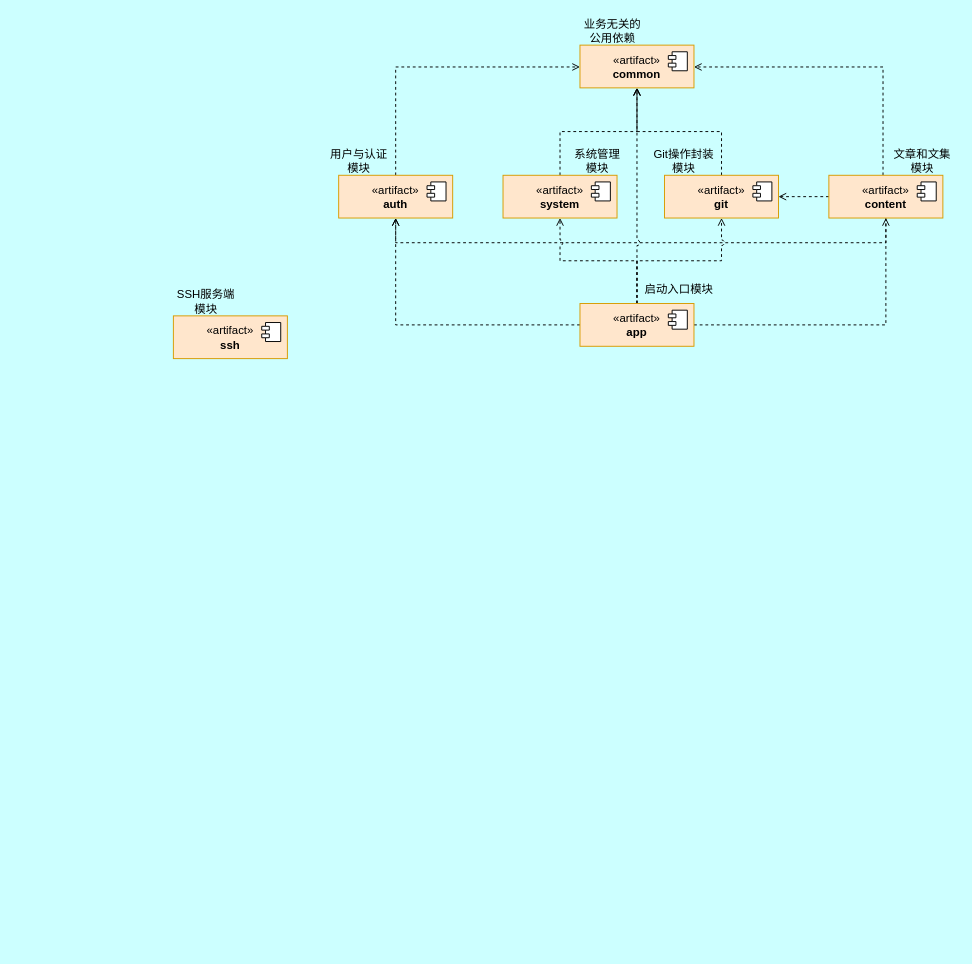
Above: docs/diagram/后端模块组件图.drawio in swsk33/git-document (draw.io), before the change. Source tidied: cells renumbered, new cells numbered last; positions are measured from the earlier drawing's top-left corner, leaving out a move shared by most shapes. Both pictures are drawn from the tidied source at 95%, with x=0, y=0 at pixel (173, 16).
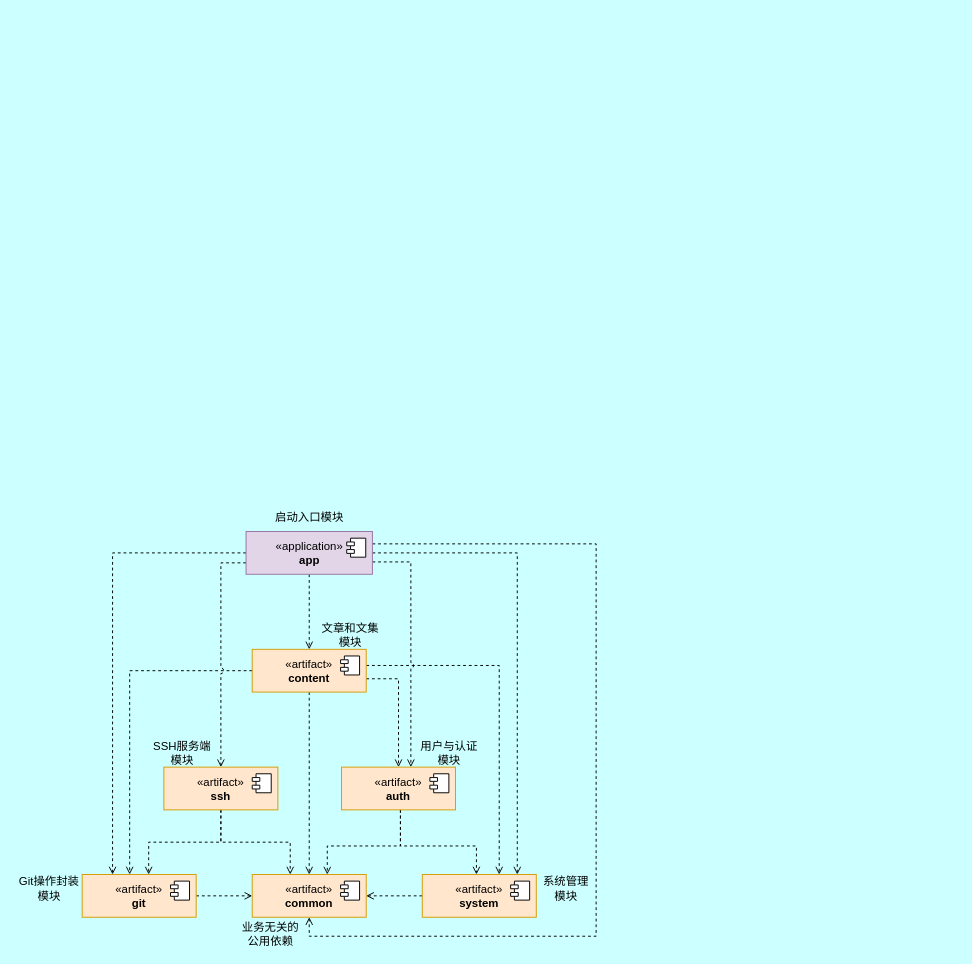
The same diagram, later.

The edit, as a diff of the source:
```diff
@@
-    <mxCell id="2" style="edgeStyle=orthogonalEdgeStyle;shape=connector;rounded=0;jettySize=auto;html=1;dashed=1;strokeColor=default;align=center;verticalAlign=middle;fontFamily=Helvetica;fontSize=11;fontColor=default;labelBackgroundColor=default;endArrow=open;endFill=0;" parent="1" edge="1" source="5" target="13">
-      <mxGeometry relative="1" as="geometry">
-        <Array as="points">
-          <mxPoint x="747" y="53" />
-        </Array>
-      </mxGeometry>
-    </mxCell>
     <mxCell id="3" style="edgeStyle=orthogonalEdgeStyle;shape=connector;rounded=0;jettySize=auto;html=1;dashed=1;strokeColor=default;align=center;verticalAlign=middle;fontFamily=Helvetica;fontSize=11;fontColor=default;labelBackgroundColor=default;endArrow=open;endFill=0;" parent="1" edge="1" source="5" target="11">
-      <mxGeometry relative="1" as="geometry" />
+      <mxGeometry relative="1" as="geometry">
+        <Array as="points">
+          <mxPoint x="-46" y="689" />
+        </Array>
+      </mxGeometry>
     </mxCell>
-    <mxCell id="4" style="edgeStyle=orthogonalEdgeStyle;shape=connector;rounded=0;jettySize=auto;html=1;dashed=1;strokeColor=default;align=center;verticalAlign=middle;fontFamily=Helvetica;fontSize=11;fontColor=default;labelBackgroundColor=default;endArrow=open;endFill=0;" parent="1" edge="1" source="5" target="8">
+    <mxCell id="4" style="edgeStyle=orthogonalEdgeStyle;shape=connector;rounded=0;jumpStyle=arc;jettySize=auto;html=1;dashed=1;strokeColor=default;align=center;verticalAlign=middle;fontFamily=Helvetica;fontSize=11;fontColor=default;labelBackgroundColor=default;endArrow=open;endFill=0;" parent="1" edge="1" source="5" target="8">
       <mxGeometry relative="1" as="geometry">
         <Array as="points">
-          <mxPoint x="750" y="238" />
-          <mxPoint x="234" y="238" />
+          <mxPoint x="237" y="697" />
         </Array>
       </mxGeometry>
     </mxCell>
+    <mxCell id="2" style="edgeStyle=orthogonalEdgeStyle;shape=connector;rounded=0;jumpStyle=arc;jettySize=auto;html=1;dashed=1;strokeColor=default;align=center;verticalAlign=middle;fontFamily=Helvetica;fontSize=11;fontColor=default;labelBackgroundColor=default;endArrow=open;endFill=0;" parent="1" edge="1" source="5" target="13">
+      <mxGeometry relative="1" as="geometry">
+        <Array as="points">
+          <mxPoint x="143" y="739" />
+          <mxPoint x="143" y="739" />
+        </Array>
+      </mxGeometry>
+    </mxCell>
+    <mxCell id="34" style="edgeStyle=orthogonalEdgeStyle;shape=connector;rounded=0;jumpStyle=arc;jettySize=auto;html=1;dashed=1;strokeColor=default;align=center;verticalAlign=middle;fontFamily=Helvetica;fontSize=11;fontColor=default;labelBackgroundColor=default;endArrow=open;endFill=0;" parent="1" edge="1" source="5" target="23">
+      <mxGeometry relative="1" as="geometry">
+        <Array as="points">
+          <mxPoint x="343" y="683" />
+        </Array>
+      </mxGeometry>
+    </mxCell>
     <mxCell id="5" value="«artifact»&lt;br&gt;&lt;b&gt;content&lt;/b&gt;" style="html=1;whiteSpace=wrap;fillColor=#ffe6cc;strokeColor=#d79b00;" parent="1" vertex="1">
-      <mxGeometry x="690" y="167" width="120" height="45" as="geometry" />
+      <mxGeometry x="83" y="666" width="120" height="45" as="geometry" />
     </mxCell>
@@
-    <mxCell id="7" style="edgeStyle=orthogonalEdgeStyle;shape=connector;rounded=0;jettySize=auto;html=1;dashed=1;strokeColor=default;align=center;verticalAlign=middle;fontFamily=Helvetica;fontSize=11;fontColor=default;labelBackgroundColor=default;endArrow=open;endFill=0;" parent="1" edge="1" source="8" target="13">
+    <mxCell id="7" style="edgeStyle=orthogonalEdgeStyle;shape=connector;rounded=0;jumpStyle=arc;jettySize=auto;html=1;dashed=1;strokeColor=default;align=center;verticalAlign=middle;fontFamily=Helvetica;fontSize=11;fontColor=default;labelBackgroundColor=default;endArrow=open;endFill=0;" parent="1" edge="1" source="8" target="13">
       <mxGeometry relative="1" as="geometry">
         <Array as="points">
-          <mxPoint x="234" y="53" />
+          <mxPoint x="239" y="873" />
+          <mxPoint x="162" y="873" />
         </Array>
       </mxGeometry>
     </mxCell>
+    <mxCell id="35" style="edgeStyle=orthogonalEdgeStyle;shape=connector;rounded=0;jumpStyle=arc;jettySize=auto;html=1;dashed=1;strokeColor=default;align=center;verticalAlign=middle;fontFamily=Helvetica;fontSize=11;fontColor=default;labelBackgroundColor=default;endArrow=open;endFill=0;" parent="1" edge="1" source="8" target="23">
+      <mxGeometry relative="1" as="geometry">
+        <Array as="points">
+          <mxPoint x="239" y="873" />
+          <mxPoint x="319" y="873" />
+        </Array>
+      </mxGeometry>
+    </mxCell>
     <mxCell id="8" value="«artifact»&lt;br&gt;&lt;b&gt;auth&lt;/b&gt;" style="html=1;whiteSpace=wrap;fillColor=#ffe6cc;strokeColor=#d79b00;" parent="1" vertex="1">
-      <mxGeometry x="174" y="167" width="120" height="45" as="geometry" />
+      <mxGeometry x="177" y="790" width="120" height="45" as="geometry" />
     </mxCell>
@@
-    <mxCell id="10" style="edgeStyle=orthogonalEdgeStyle;rounded=0;jettySize=auto;html=1;endArrow=open;endFill=0;dashed=1;" parent="1" edge="1" source="11" target="13">
-      <mxGeometry relative="1" as="geometry" />
+    <mxCell id="10" style="edgeStyle=orthogonalEdgeStyle;shape=connector;rounded=0;jumpStyle=arc;jettySize=auto;html=1;dashed=1;strokeColor=default;align=center;verticalAlign=middle;fontFamily=Helvetica;fontSize=11;fontColor=default;labelBackgroundColor=default;endArrow=open;endFill=0;" parent="1" edge="1" source="11" target="13">
+      <mxGeometry relative="1" as="geometry">
+        <Array as="points">
+          <mxPoint x="-12" y="926" />
+        </Array>
+      </mxGeometry>
     </mxCell>
     <mxCell id="11" value="«artifact»&lt;br&gt;&lt;b&gt;git&lt;/b&gt;" style="html=1;whiteSpace=wrap;fillColor=#ffe6cc;strokeColor=#d79b00;" parent="1" vertex="1">
-      <mxGeometry x="517" y="167" width="120" height="45" as="geometry" />
+      <mxGeometry x="-96" y="903" width="120" height="45" as="geometry" />
     </mxCell>
@@
     <mxCell id="13" value="«artifact»&lt;br&gt;&lt;b&gt;common&lt;/b&gt;" style="html=1;whiteSpace=wrap;fillColor=#ffe6cc;strokeColor=#d79b00;" parent="1" vertex="1">
-      <mxGeometry x="428" y="30" width="120" height="45" as="geometry" />
+      <mxGeometry x="83" y="903" width="120" height="45" as="geometry" />
     </mxCell>
@@
-    <mxCell id="15" style="edgeStyle=orthogonalEdgeStyle;shape=connector;rounded=0;jettySize=auto;html=1;dashed=1;strokeColor=default;align=center;verticalAlign=middle;fontFamily=Helvetica;fontSize=11;fontColor=default;labelBackgroundColor=default;endArrow=open;endFill=0;" parent="1" edge="1" source="20" target="8">
-      <mxGeometry relative="1" as="geometry" />
-    </mxCell>
+    <mxCell id="18" style="edgeStyle=orthogonalEdgeStyle;shape=connector;rounded=0;jumpStyle=arc;jettySize=auto;html=1;dashed=1;strokeColor=default;align=center;verticalAlign=middle;fontFamily=Helvetica;fontSize=11;fontColor=default;labelBackgroundColor=default;endArrow=open;endFill=0;" parent="1" edge="1" source="20" target="5">
+      <mxGeometry relative="1" as="geometry" />
+    </mxCell>
-    <mxCell id="16" style="edgeStyle=orthogonalEdgeStyle;shape=connector;rounded=0;jettySize=auto;html=1;dashed=1;strokeColor=default;align=center;verticalAlign=middle;fontFamily=Helvetica;fontSize=11;fontColor=default;labelBackgroundColor=default;endArrow=open;endFill=0;jumpStyle=arc;" parent="1" edge="1" source="20" target="23">
-      <mxGeometry relative="1" as="geometry" />
+    <mxCell id="16" style="edgeStyle=orthogonalEdgeStyle;shape=connector;rounded=0;jumpStyle=arc;jettySize=auto;html=1;dashed=1;strokeColor=default;align=center;verticalAlign=middle;fontFamily=Helvetica;fontSize=11;fontColor=default;labelBackgroundColor=default;endArrow=open;endFill=0;" parent="1" edge="1" source="20" target="23">
+      <mxGeometry relative="1" as="geometry">
+        <Array as="points">
+          <mxPoint x="362" y="565" />
+        </Array>
+      </mxGeometry>
     </mxCell>
-    <mxCell id="17" style="edgeStyle=orthogonalEdgeStyle;shape=connector;rounded=0;jettySize=auto;html=1;dashed=1;strokeColor=default;align=center;verticalAlign=middle;fontFamily=Helvetica;fontSize=11;fontColor=default;labelBackgroundColor=default;endArrow=open;endFill=0;jumpStyle=arc;" parent="1" edge="1" source="20" target="11">
-      <mxGeometry relative="1" as="geometry" />
+    <mxCell id="17" style="edgeStyle=orthogonalEdgeStyle;shape=connector;rounded=0;jumpStyle=arc;jettySize=auto;html=1;dashed=1;strokeColor=default;align=center;verticalAlign=middle;fontFamily=Helvetica;fontSize=11;fontColor=default;labelBackgroundColor=default;endArrow=open;endFill=0;" parent="1" edge="1" source="20" target="11">
+      <mxGeometry relative="1" as="geometry">
+        <Array as="points">
+          <mxPoint x="-64" y="565" />
+        </Array>
+      </mxGeometry>
     </mxCell>
-    <mxCell id="18" style="edgeStyle=orthogonalEdgeStyle;shape=connector;rounded=0;jumpStyle=arc;jettySize=auto;html=1;dashed=1;strokeColor=default;align=center;verticalAlign=middle;fontFamily=Helvetica;fontSize=11;fontColor=default;labelBackgroundColor=default;endArrow=open;endFill=0;" parent="1" edge="1" source="20" target="5">
-      <mxGeometry relative="1" as="geometry" />
-    </mxCell>
+    <mxCell id="36" style="edgeStyle=orthogonalEdgeStyle;shape=connector;rounded=0;jumpStyle=arc;jettySize=auto;html=1;dashed=1;strokeColor=default;align=center;verticalAlign=middle;fontFamily=Helvetica;fontSize=11;fontColor=default;labelBackgroundColor=default;endArrow=open;endFill=0;" parent="1" edge="1" source="20" target="31">
+      <mxGeometry relative="1" as="geometry">
+        <Array as="points">
+          <mxPoint x="50" y="575" />
+        </Array>
+      </mxGeometry>
+    </mxCell>
+    <mxCell id="15" style="edgeStyle=orthogonalEdgeStyle;shape=connector;rounded=0;jumpStyle=arc;jettySize=auto;html=1;dashed=1;strokeColor=default;align=center;verticalAlign=middle;fontFamily=Helvetica;fontSize=11;fontColor=default;labelBackgroundColor=default;endArrow=open;endFill=0;" parent="1" edge="1" source="20" target="8">
+      <mxGeometry relative="1" as="geometry">
+        <Array as="points">
+          <mxPoint x="250" y="574" />
+        </Array>
+      </mxGeometry>
+    </mxCell>
     <mxCell id="19" style="edgeStyle=orthogonalEdgeStyle;shape=connector;rounded=0;jumpStyle=arc;jettySize=auto;html=1;dashed=1;strokeColor=default;align=center;verticalAlign=middle;fontFamily=Helvetica;fontSize=11;fontColor=default;labelBackgroundColor=default;endArrow=open;endFill=0;" parent="1" edge="1" source="20" target="13">
-      <mxGeometry relative="1" as="geometry" />
+      <mxGeometry relative="1" as="geometry">
+        <Array as="points">
+          <mxPoint x="445" y="555" />
+          <mxPoint x="445" y="968" />
+          <mxPoint x="143" y="968" />
+        </Array>
+      </mxGeometry>
     </mxCell>
-    <mxCell id="20" value="«artifact»&lt;br&gt;&lt;b&gt;app&lt;/b&gt;" style="html=1;whiteSpace=wrap;fillColor=#ffe6cc;strokeColor=#d79b00;" parent="1" vertex="1">
-      <mxGeometry x="428" y="302" width="120" height="45" as="geometry" />
+    <mxCell id="20" value="«application»&lt;br&gt;&lt;b&gt;app&lt;/b&gt;" style="html=1;whiteSpace=wrap;fillColor=#e1d5e7;strokeColor=#9673a6;" parent="1" vertex="1">
+      <mxGeometry x="76.5" y="542" width="133" height="45" as="geometry" />
     </mxCell>
@@
-    <mxCell id="22" style="edgeStyle=orthogonalEdgeStyle;shape=connector;rounded=0;jettySize=auto;html=1;dashed=1;strokeColor=default;align=center;verticalAlign=middle;fontFamily=Helvetica;fontSize=11;fontColor=default;labelBackgroundColor=default;endArrow=open;endFill=0;" parent="1" edge="1" source="23" target="13">
+    <mxCell id="22" style="edgeStyle=orthogonalEdgeStyle;shape=connector;rounded=0;jumpStyle=arc;jettySize=auto;html=1;dashed=1;strokeColor=default;align=center;verticalAlign=middle;fontFamily=Helvetica;fontSize=11;fontColor=default;labelBackgroundColor=default;endArrow=open;endFill=0;" parent="1" edge="1" source="23" target="13">
       <mxGeometry relative="1" as="geometry" />
     </mxCell>
     <mxCell id="23" value="«artifact»&lt;br&gt;&lt;b&gt;system&lt;/b&gt;" style="html=1;whiteSpace=wrap;fillColor=#ffe6cc;strokeColor=#d79b00;" parent="1" vertex="1">
-      <mxGeometry x="347" y="167" width="120" height="45" as="geometry" />
+      <mxGeometry x="262" y="903" width="120" height="45" as="geometry" />
     </mxCell>
@@
     <mxCell id="25" value="业务无关的公用依赖" style="text;html=1;whiteSpace=wrap;strokeColor=none;fillColor=none;align=center;verticalAlign=middle;rounded=0;" parent="1" vertex="1">
-      <mxGeometry x="428" width="69" height="30" as="geometry" />
+      <mxGeometry x="68" y="951" width="69" height="30" as="geometry" />
     </mxCell>
     <mxCell id="26" value="Git操作封装&lt;div&gt;模块&lt;/div&gt;" style="text;html=1;whiteSpace=wrap;strokeColor=none;fillColor=none;align=center;verticalAlign=middle;rounded=0;" parent="1" vertex="1">
-      <mxGeometry x="503" y="137" width="69" height="30" as="geometry" />
+      <mxGeometry x="-165" y="903" width="69" height="30" as="geometry" />
     </mxCell>
     <mxCell id="27" value="系统管理&lt;div&gt;模块&lt;/div&gt;" style="text;html=1;whiteSpace=wrap;strokeColor=none;fillColor=none;align=center;verticalAlign=middle;rounded=0;" parent="1" vertex="1">
-      <mxGeometry x="412" y="137" width="69" height="30" as="geometry" />
+      <mxGeometry x="382" y="903" width="63" height="30" as="geometry" />
     </mxCell>
     <mxCell id="28" value="用户与认证&lt;div&gt;模块&lt;/div&gt;" style="text;html=1;whiteSpace=wrap;strokeColor=none;fillColor=none;align=center;verticalAlign=middle;rounded=0;" parent="1" vertex="1">
-      <mxGeometry x="161" y="137" width="69" height="30" as="geometry" />
+      <mxGeometry x="256" y="760" width="69" height="30" as="geometry" />
     </mxCell>
     <mxCell id="29" value="文章和文集&lt;br&gt;&lt;div&gt;模块&lt;/div&gt;" style="text;html=1;whiteSpace=wrap;strokeColor=none;fillColor=none;align=center;verticalAlign=middle;rounded=0;" parent="1" vertex="1">
-      <mxGeometry x="754" y="137" width="69" height="30" as="geometry" />
+      <mxGeometry x="152" y="636" width="69" height="30" as="geometry" />
     </mxCell>
     <mxCell id="30" value="启动入口模块" style="text;html=1;whiteSpace=wrap;strokeColor=none;fillColor=none;align=center;verticalAlign=middle;rounded=0;" parent="1" vertex="1">
-      <mxGeometry x="493" y="272" width="79" height="30" as="geometry" />
+      <mxGeometry x="103.5" y="512" width="79" height="30" as="geometry" />
     </mxCell>
+    <mxCell id="37" style="edgeStyle=orthogonalEdgeStyle;shape=connector;rounded=0;jumpStyle=arc;jettySize=auto;html=1;dashed=1;strokeColor=default;align=center;verticalAlign=middle;fontFamily=Helvetica;fontSize=11;fontColor=default;labelBackgroundColor=default;endArrow=open;endFill=0;" parent="1" edge="1" source="31" target="11">
+      <mxGeometry relative="1" as="geometry">
+        <Array as="points">
+          <mxPoint x="50" y="869" />
+          <mxPoint x="-26" y="869" />
+        </Array>
+      </mxGeometry>
+    </mxCell>
+    <mxCell id="38" style="edgeStyle=orthogonalEdgeStyle;shape=connector;rounded=0;jumpStyle=arc;jettySize=auto;html=1;dashed=1;strokeColor=default;align=center;verticalAlign=middle;fontFamily=Helvetica;fontSize=11;fontColor=default;labelBackgroundColor=default;endArrow=open;endFill=0;" parent="1" edge="1" source="31" target="13">
+      <mxGeometry relative="1" as="geometry">
+        <Array as="points">
+          <mxPoint x="50" y="869" />
+          <mxPoint x="123" y="869" />
+        </Array>
+      </mxGeometry>
+    </mxCell>
     <mxCell id="31" value="«artifact»&lt;br&gt;&lt;b&gt;ssh&lt;/b&gt;" style="html=1;whiteSpace=wrap;fillColor=#ffe6cc;strokeColor=#d79b00;" parent="1" vertex="1">
-      <mxGeometry y="315" width="120" height="45" as="geometry" />
+      <mxGeometry x="-10" y="790" width="120" height="45" as="geometry" />
     </mxCell>
@@
     <mxCell id="33" value="&lt;div&gt;SSH服务端&lt;/div&gt;&lt;div&gt;模块&lt;/div&gt;" style="text;html=1;whiteSpace=wrap;strokeColor=none;fillColor=none;align=center;verticalAlign=middle;rounded=0;" parent="1" vertex="1">
-      <mxGeometry y="285" width="69" height="30" as="geometry" />
+      <mxGeometry x="-25" y="760" width="69" height="30" as="geometry" />
     </mxCell>
```
